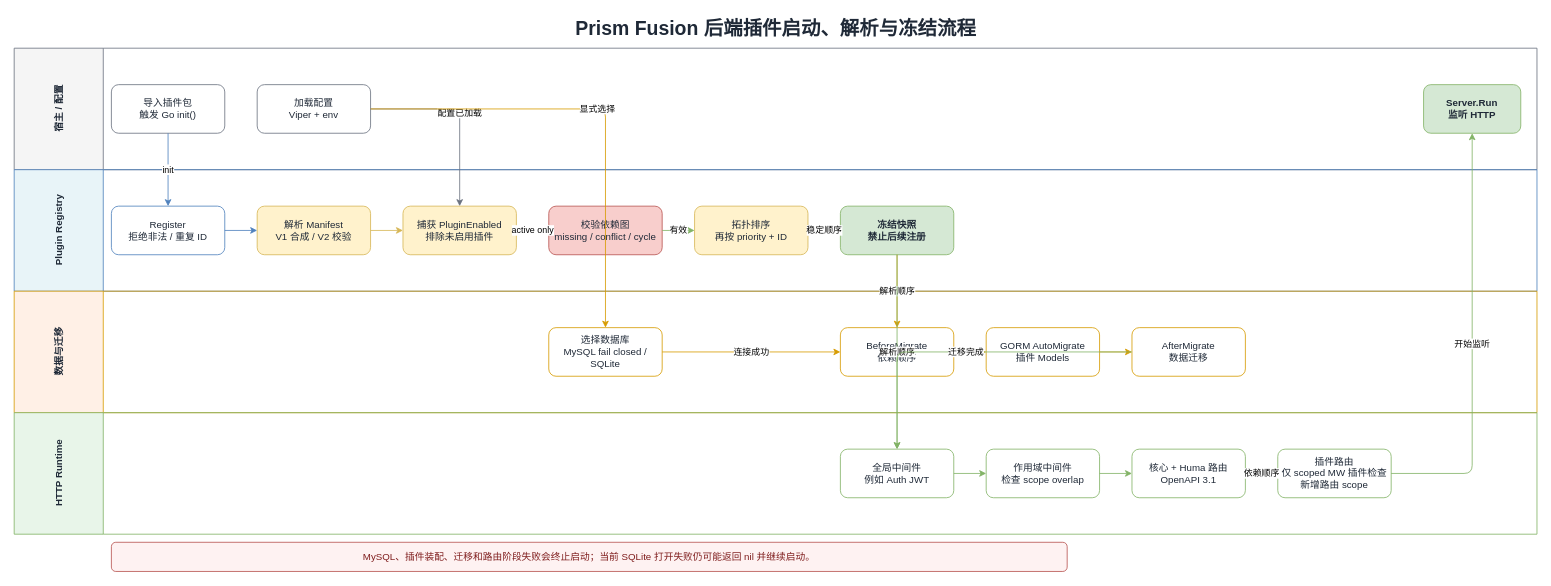
This is docs/plugin-startup-flow.drawio from kwhitestone/prism-fusion, a draw.io file, before an edit. Source tidied: cells renumbered, new cells numbered last; positions are measured from the earlier drawing's top-left corner, leaving out a move shared by most shapes. Both pictures are drawn from the tidied source at 81%, with x=0, y=0 at pixel (14, 14).
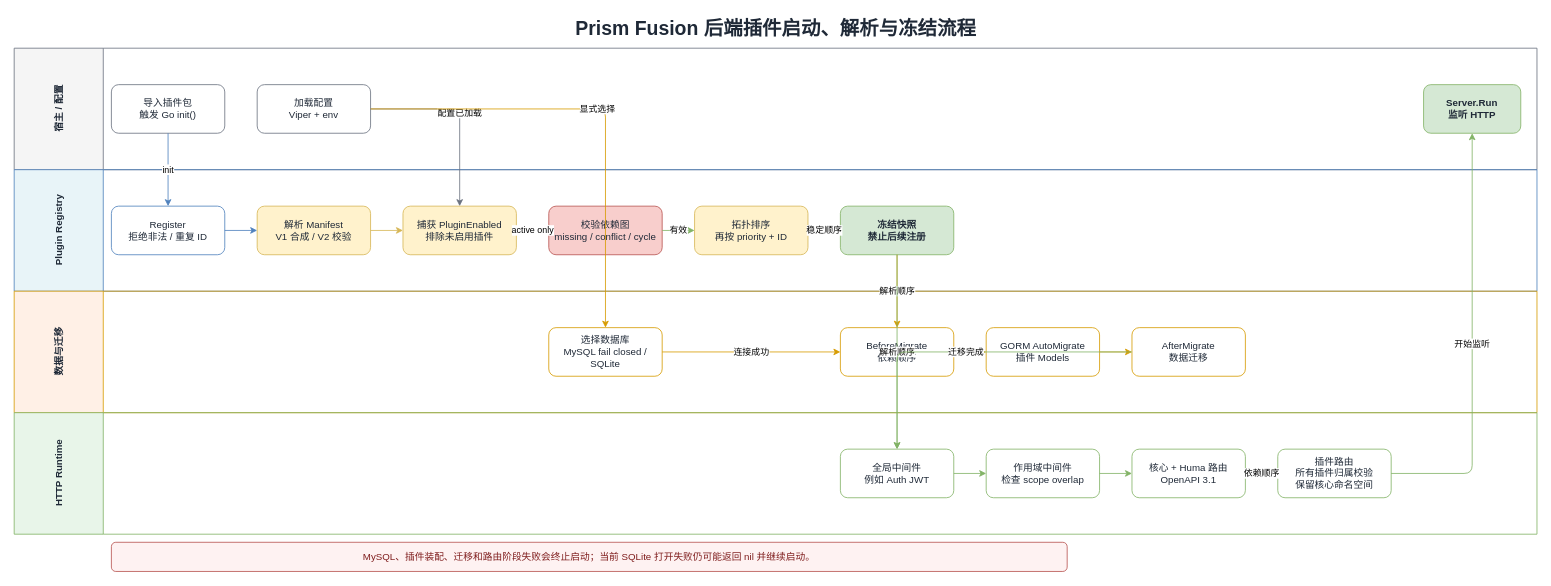
The same diagram, later.

Unchanged cells that the change refers to:
```xml
<mxCell id="19" value="HTTP Runtime" style="swimlane;horizontal=0;startSize=110;fillColor=#e8f5e9;strokeColor=#82b366;fontColor=#1f2937;fontStyle=1;html=1;" parent="1" vertex="1">
  <mxGeometry y="492" width="1880" height="150" as="geometry" />
</mxCell>
```

Diff of the diagram source:
```diff
@@
-    <mxCell id="23" value="插件路由&lt;br&gt;仅 scoped MW 插件检查新增路由 scope" style="rounded=1;whiteSpace=wrap;html=1;fillColor=#ffffff;strokeColor=#82b366;fontColor=#1f2937;" parent="19" vertex="1">
+    <mxCell id="23" value="插件路由&lt;br&gt;所有插件归属校验&lt;br&gt;保留核心命名空间" style="rounded=1;whiteSpace=wrap;html=1;fillColor=#ffffff;strokeColor=#82b366;fontColor=#1f2937;" parent="19" vertex="1">
       <mxGeometry x="1560" y="45" width="140" height="60" as="geometry" />
     </mxCell>
```
